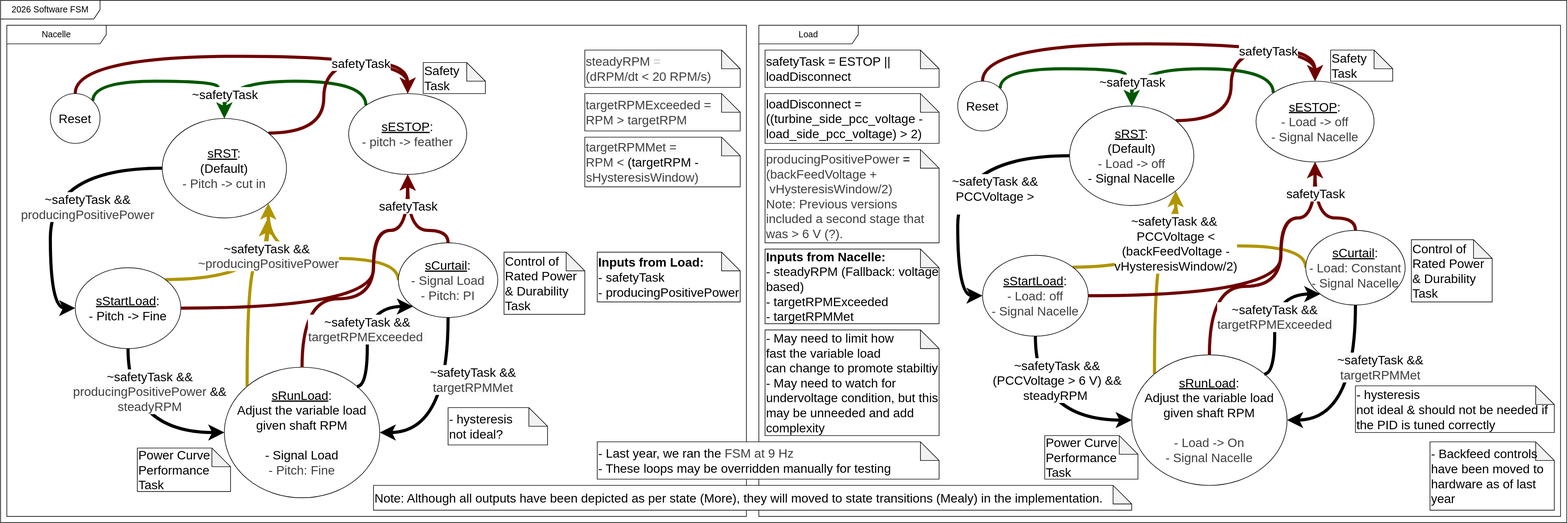
Before: docs/FSMSplit.svg, a diagram exported from draw.io (BobSaidHi/2026-Controls_Core). Source tidied: cells renumbered, new cells last; positions are measured from the earlier drawing's top-left corner, leaving out a move shared by most shapes.
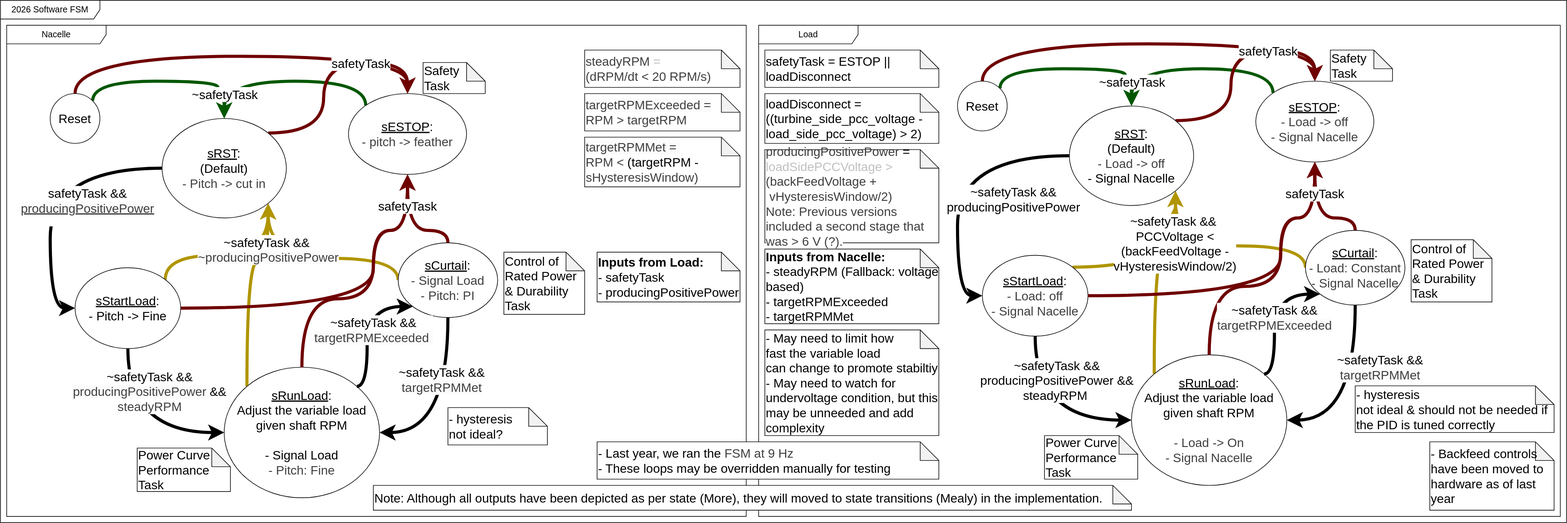
Later version of the same file.

What changed in the source:
```diff
@@ -100,7 +100,7 @@
     <mxCell id="19" value="&lt;div&gt;&lt;font style=&quot;font-size: 20px;&quot;&gt;&lt;u&gt;sRunLoad&lt;/u&gt;:&lt;/font&gt;&lt;/div&gt;&lt;div&gt;&lt;font style=&quot;font-size: 20px;&quot;&gt;&lt;span&gt;Adjust the variable load&lt;/span&gt;&lt;/font&gt;&lt;/div&gt;&lt;div&gt;&lt;font style=&quot;font-size: 20px;&quot;&gt;&lt;font&gt;&lt;span&gt;given&amp;nbsp;&lt;/span&gt;&lt;/font&gt;&lt;span style=&quot;background-color: transparent;&quot;&gt;&lt;font&gt;shaft RPM&lt;/font&gt;&lt;/span&gt;&lt;/font&gt;&lt;/div&gt;&lt;div&gt;&lt;font style=&quot;font-size: 20px;&quot;&gt;&lt;span&gt;&lt;br&gt;&lt;/span&gt;&lt;/font&gt;&lt;/div&gt;&lt;div&gt;&lt;span style=&quot;color: rgb(63, 63, 63); font-size: 20px; background-color: transparent;&quot;&gt;- Load -&amp;gt; On&lt;/span&gt;&lt;/div&gt;&lt;div&gt;&lt;span style=&quot;color: rgb(63, 63, 63); font-size: 20px;&quot;&gt;- Signal Nacelle&lt;/span&gt;&lt;/div&gt;" style="ellipse;whiteSpace=wrap;html=1;fontSize=14;" parent="3" vertex="1">
       <mxGeometry x="600" y="530" width="250" height="210" as="geometry" />
     </mxCell>
-    <mxCell id="20" value="&lt;div&gt;&lt;font style=&quot;font-size: 20px;&quot;&gt;&lt;span&gt;~safetyTask &amp;amp;&amp;amp;&lt;/span&gt;&lt;/font&gt;&lt;/div&gt;&lt;font style=&quot;font-size: 20px;&quot;&gt;(PCCVoltage &amp;gt;&amp;nbsp;&lt;span&gt;6 V) &amp;amp;&amp;amp;&lt;/span&gt;&lt;/font&gt;&lt;div&gt;&lt;font style=&quot;font-size: 20px;&quot;&gt;&lt;span&gt;steadyRPM&lt;/span&gt;&lt;/font&gt;&lt;span style=&quot;color: rgb(192, 192, 192); font-size: 20px; background-color: light-dark(#ffffff, var(--ge-dark-color, #121212));&quot;&gt;&amp;nbsp;&lt;/span&gt;&lt;/div&gt;" style="edgeStyle=orthogonalEdgeStyle;html=1;exitX=0.5;exitY=1;exitDx=0;exitDy=0;entryX=0;entryY=0.5;entryDx=0;entryDy=0;curved=1;fontSize=14;endSize=10;startSize=10;strokeWidth=5;" parent="3" edge="1" source="18" target="19">
+    <mxCell id="20" value="&lt;div&gt;&lt;font style=&quot;font-size: 20px;&quot;&gt;&lt;span&gt;~safetyTask &amp;amp;&amp;amp;&lt;/span&gt;&lt;/font&gt;&lt;/div&gt;&lt;font style=&quot;font-size: 20px;&quot;&gt;&lt;span&gt;producingPositivePower &amp;amp;&amp;amp;&lt;/span&gt;&lt;/font&gt;&lt;div&gt;&lt;font style=&quot;font-size: 20px;&quot;&gt;&lt;span&gt;steadyRPM&lt;/span&gt;&lt;/font&gt;&lt;span style=&quot;color: rgb(192, 192, 192); font-size: 20px; background-color: light-dark(#ffffff, var(--ge-dark-color, #121212));&quot;&gt;&amp;nbsp;&lt;/span&gt;&lt;/div&gt;" style="edgeStyle=orthogonalEdgeStyle;html=1;exitX=0.5;exitY=1;exitDx=0;exitDy=0;entryX=0;entryY=0.5;entryDx=0;entryDy=0;curved=1;fontSize=14;endSize=10;startSize=10;strokeWidth=5;" parent="3" edge="1" source="18" target="19">
       <mxGeometry x="-0.52" y="35" relative="1" as="geometry">
         <mxPoint y="1" as="offset" />
       </mxGeometry>
@@ -152,8 +152,8 @@
     <mxCell id="29" value="&lt;div&gt;&lt;font style=&quot;font-size: 20px;&quot;&gt;&lt;u&gt;sRST&lt;/u&gt;:&lt;/font&gt;&lt;/div&gt;&lt;div&gt;&lt;font style=&quot;font-size: 20px;&quot;&gt;(Default)&lt;/font&gt;&lt;/div&gt;&lt;div&gt;&lt;span style=&quot;color: rgb(63, 63, 63); font-size: 20px; background-color: transparent;&quot;&gt;- Load -&amp;gt; off&lt;/span&gt;&lt;/div&gt;&lt;div&gt;&lt;font style=&quot;font-size: 20px;&quot;&gt;- Signal Nacelle&lt;/font&gt;&lt;/div&gt;" style="ellipse;whiteSpace=wrap;html=1;fontSize=14;" parent="3" vertex="1">
       <mxGeometry x="500" y="130" width="200" height="160" as="geometry" />
     </mxCell>
-    <mxCell id="30" value="&lt;font style=&quot;font-size: 20px;&quot;&gt;&lt;span&gt;~safetyTask &amp;amp;&amp;amp;&lt;/span&gt;&lt;/font&gt;&lt;div&gt;&lt;font style=&quot;font-size: 20px;&quot;&gt;PCCVoltage &amp;gt;&lt;/font&gt;&lt;div&gt;&lt;br&gt;&lt;/div&gt;&lt;/div&gt;" style="edgeStyle=orthogonalEdgeStyle;html=1;exitX=0;exitY=0.5;exitDx=0;exitDy=0;entryX=0;entryY=0.5;entryDx=0;entryDy=0;curved=1;fontSize=14;endSize=10;startSize=10;strokeWidth=5;" parent="3" edge="1" source="29" target="18">
-      <mxGeometry x="0.08" y="60" relative="1" as="geometry">
+    <mxCell id="30" value="&lt;font style=&quot;font-size: 20px;&quot;&gt;&lt;span&gt;~safetyTask &amp;amp;&amp;amp;&lt;/span&gt;&lt;/font&gt;&lt;div&gt;&lt;div&gt;&lt;span style=&quot;font-size: 20px;&quot;&gt;producingPositivePower&lt;/span&gt;&lt;/div&gt;&lt;/div&gt;" style="edgeStyle=orthogonalEdgeStyle;html=1;exitX=0;exitY=0.5;exitDx=0;exitDy=0;entryX=0;entryY=0.5;entryDx=0;entryDy=0;curved=1;fontSize=14;endSize=10;startSize=10;strokeWidth=5;" parent="3" edge="1" source="29" target="18">
+      <mxGeometry x="-0.6" y="70" relative="1" as="geometry">
         <Array as="points">
           <mxPoint x="320" y="210" />
           <mxPoint x="320" y="435" />
@@ -175,7 +175,7 @@
     <mxCell id="35" value="&lt;div&gt;&lt;span style=&quot;font-size: 20px;&quot;&gt;&lt;b&gt;Inputs from Nacelle:&lt;/b&gt;&lt;/span&gt;&lt;/div&gt;&lt;span style=&quot;font-size: 20px;&quot;&gt;- steadyRPM (Fallback: voltage based)&lt;/span&gt;&lt;div&gt;&lt;span style=&quot;font-size: 20px;&quot;&gt;- targetRPMExceeded&lt;/span&gt;&lt;/div&gt;&lt;div&gt;&lt;span style=&quot;font-size: 20px;&quot;&gt;- targetRPMMet&lt;/span&gt;&lt;/div&gt;" style="shape=note;whiteSpace=wrap;html=1;backgroundOutline=1;darkOpacity=0.05;align=left;fontSize=14;" parent="3" vertex="1">
       <mxGeometry x="10" y="360" width="280" height="120" as="geometry" />
     </mxCell>
-    <mxCell id="36" value="&lt;font&gt;&lt;span style=&quot;color: rgb(63, 63, 63);&quot;&gt;producingPositivePower&amp;nbsp;&lt;/span&gt;=&amp;nbsp;&lt;/font&gt;&lt;div&gt;&lt;span style=&quot;color: rgb(63, 63, 63); background-color: rgb(255, 255, 255); text-align: center; text-wrap-mode: nowrap;&quot;&gt;(backFeedVoltage +&lt;/span&gt;&lt;/div&gt;&lt;div&gt;&lt;span style=&quot;color: rgb(63, 63, 63); background-color: rgb(255, 255, 255); text-align: center; text-wrap-mode: nowrap;&quot;&gt;&amp;nbsp;vHysteresisWindow/2)&lt;/span&gt;&lt;/div&gt;&lt;div&gt;&lt;span style=&quot;color: rgb(63, 63, 63); background-color: rgb(255, 255, 255); text-align: center; text-wrap-mode: nowrap;&quot;&gt;Note: Previous versions&lt;/span&gt;&lt;/div&gt;&lt;div&gt;&lt;span style=&quot;color: rgb(63, 63, 63); background-color: rgb(255, 255, 255); text-align: center; text-wrap-mode: nowrap;&quot;&gt;included a second stage that&lt;/span&gt;&lt;/div&gt;&lt;div&gt;&lt;span style=&quot;color: rgb(63, 63, 63); background-color: rgb(255, 255, 255); text-align: center; text-wrap-mode: nowrap;&quot;&gt;was &amp;gt; 6 V (?).&lt;/span&gt;&lt;/div&gt;" style="shape=note;whiteSpace=wrap;html=1;backgroundOutline=1;darkOpacity=0.05;align=left;fontSize=20;" parent="3" vertex="1">
+    <mxCell id="36" value="&lt;font&gt;&lt;span style=&quot;color: rgb(63, 63, 63);&quot;&gt;producingPositivePower&amp;nbsp;&lt;/span&gt;=&lt;/font&gt;&lt;div&gt;&lt;font&gt;&lt;span style=&quot;color: rgb(192, 192, 192);&quot;&gt;loadSidePCCVoltage &amp;gt;&lt;/span&gt;&amp;nbsp;&lt;/font&gt;&lt;div&gt;&lt;span style=&quot;color: rgb(63, 63, 63); background-color: rgb(255, 255, 255); text-align: center; text-wrap-mode: nowrap;&quot;&gt;(backFeedVoltage +&lt;/span&gt;&lt;/div&gt;&lt;div&gt;&lt;span style=&quot;color: rgb(63, 63, 63); background-color: rgb(255, 255, 255); text-align: center; text-wrap-mode: nowrap;&quot;&gt;&amp;nbsp;vHysteresisWindow/2)&lt;/span&gt;&lt;/div&gt;&lt;div&gt;&lt;span style=&quot;color: rgb(63, 63, 63); background-color: rgb(255, 255, 255); text-align: center; text-wrap-mode: nowrap;&quot;&gt;Note: Previous versions&lt;/span&gt;&lt;/div&gt;&lt;div&gt;&lt;span style=&quot;color: rgb(63, 63, 63); background-color: rgb(255, 255, 255); text-align: center; text-wrap-mode: nowrap;&quot;&gt;included a second stage that&lt;/span&gt;&lt;/div&gt;&lt;div&gt;&lt;span style=&quot;color: rgb(63, 63, 63); background-color: rgb(255, 255, 255); text-align: center; text-wrap-mode: nowrap;&quot;&gt;was &amp;gt; 6 V (?).&lt;/span&gt;&lt;/div&gt;&lt;/div&gt;" style="shape=note;whiteSpace=wrap;html=1;backgroundOutline=1;darkOpacity=0.05;align=left;fontSize=20;" parent="3" vertex="1">
       <mxGeometry x="10" y="200" width="280" height="150" as="geometry" />
     </mxCell>
     <mxCell id="37" style="edgeStyle=orthogonalEdgeStyle;html=1;exitX=0;exitY=0.5;exitDx=0;exitDy=0;entryX=1;entryY=1;entryDx=0;entryDy=0;fillColor=#e3c800;strokeColor=#B09500;curved=1;fontSize=14;endSize=10;startSize=10;strokeWidth=5;" parent="1" edge="1" source="57" target="60">
@@ -248,14 +248,17 @@
     <mxCell id="46" value="&lt;font&gt;Reset&lt;/font&gt;" style="ellipse;whiteSpace=wrap;html=1;fontSize=20;" parent="1" vertex="1">
       <mxGeometry x="80" y="150" width="80" height="80" as="geometry" />
     </mxCell>
-    <mxCell id="47" style="edgeStyle=orthogonalEdgeStyle;html=1;exitX=1;exitY=0;exitDx=0;exitDy=0;curved=1;fillColor=#e3c800;strokeColor=#B09500;fontSize=14;strokeWidth=5;endSize=10;startSize=10;" parent="1" edge="1" source="49">
+    <mxCell id="47" style="edgeStyle=orthogonalEdgeStyle;html=1;exitX=1;exitY=0;exitDx=0;exitDy=0;curved=1;fillColor=#e3c800;strokeColor=#B09500;fontSize=14;strokeWidth=5;endSize=10;startSize=10;entryX=1;entryY=1;entryDx=0;entryDy=0;" parent="1" edge="1" source="49" target="60">
       <mxGeometry relative="1" as="geometry">
-        <mxPoint x="428" y="354" as="targetPoint" />
+        <Array as="points">
+          <mxPoint x="265" y="410" />
+          <mxPoint x="431" y="410" />
+        </Array>
       </mxGeometry>
     </mxCell>
     <mxCell id="48" value="&lt;div&gt;&lt;font style=&quot;color: light-dark(rgb(0, 0, 0), rgb(141, 118, 0)); font-size: 20px;&quot;&gt;&lt;font&gt;~safetyTask&lt;/font&gt;&lt;span style=&quot;background-color: light-dark(#ffffff, var(--ge-dark-color, #121212));&quot;&gt;&amp;nbsp;&amp;amp;&amp;amp;&amp;nbsp;&lt;/span&gt;&lt;/font&gt;&lt;/div&gt;&lt;span style=&quot;color: rgb(63, 63, 63); font-size: 20px; text-align: left; text-wrap-mode: wrap; background-color: rgb(251, 251, 251);&quot;&gt;~producingPositivePower&lt;/span&gt;" style="edgeLabel;html=1;align=center;verticalAlign=middle;fontSize=14;" parent="47" vertex="1">
       <mxGeometry x="-0.21" relative="1" as="geometry">
-        <mxPoint x="62" y="-39" as="offset" />
+        <mxPoint x="90" y="-10" as="offset" />
       </mxGeometry>
     </mxCell>
     <mxCell id="49" value="&lt;div&gt;&lt;font style=&quot;font-size: 20px;&quot;&gt;&lt;u&gt;sStartLoad&lt;/u&gt;:&lt;/font&gt;&lt;/div&gt;&lt;div&gt;&lt;div style=&quot;scrollbar-color: rgb(75, 75, 75) rgb(27, 29, 30);&quot;&gt;&lt;font style=&quot;font-size: 20px;&quot;&gt;- Pitch -&amp;gt; Fine&lt;/font&gt;&lt;/div&gt;&lt;/div&gt;" style="ellipse;whiteSpace=wrap;html=1;fontSize=14;" parent="1" vertex="1">
@@ -303,7 +306,7 @@
       <mxGeometry x="640" y="390" width="160" height="120" as="geometry" />
     </mxCell>
     <mxCell id="58" value="&lt;div&gt;&lt;font style=&quot;font-size: 20px;&quot;&gt;~safetyTask &amp;amp;&amp;amp;&lt;/font&gt;&lt;/div&gt;&lt;span style=&quot;color: rgb(63, 63, 63); font-size: 20px; text-align: left; text-wrap-mode: wrap; background-color: rgb(251, 251, 251);&quot;&gt;targetRPMExceeded&amp;nbsp;&lt;/span&gt;" style="edgeStyle=orthogonalEdgeStyle;html=1;exitX=1;exitY=0;exitDx=0;exitDy=0;entryX=0;entryY=1;entryDx=0;entryDy=0;curved=1;fontSize=14;endSize=10;startSize=10;strokeWidth=5;" parent="1" edge="1" source="50" target="57">
-      <mxGeometry x="-0.02" relative="1" as="geometry">
+      <mxGeometry x="-0.02" y="-10" relative="1" as="geometry">
         <Array as="points">
           <mxPoint x="590" y="621" />
           <mxPoint x="590" y="492" />
@@ -311,12 +314,12 @@
       </mxGeometry>
     </mxCell>
     <mxCell id="59" value="&lt;font style=&quot;font-size: 20px;&quot;&gt;~safetyTask &amp;amp;&amp;amp;&lt;/font&gt;&lt;div&gt;&lt;span style=&quot;color: rgb(63, 63, 63); font-size: 20px; text-align: left; text-wrap-mode: wrap; background-color: rgb(251, 251, 251);&quot;&gt;targetRPMMet&lt;/span&gt;&lt;/div&gt;" style="edgeStyle=orthogonalEdgeStyle;html=1;exitX=0.5;exitY=1;exitDx=0;exitDy=0;entryX=1;entryY=0.5;entryDx=0;entryDy=0;curved=1;fontSize=14;endSize=10;startSize=10;strokeWidth=5;" parent="1" edge="1" source="57" target="50">
-      <mxGeometry x="-0.32" y="40" relative="1" as="geometry" />
+      <mxGeometry x="-0.32" y="-10" relative="1" as="geometry" />
     </mxCell>
     <mxCell id="60" value="&lt;div&gt;&lt;font style=&quot;font-size: 20px;&quot;&gt;&lt;u&gt;sRST&lt;/u&gt;:&lt;/font&gt;&lt;/div&gt;&lt;div&gt;&lt;font style=&quot;font-size: 20px;&quot;&gt;(Default)&lt;/font&gt;&lt;/div&gt;&lt;div&gt;&lt;span style=&quot;color: rgb(63, 63, 63); font-size: 20px; background-color: transparent;&quot;&gt;- Pitch -&amp;gt; cut in&lt;/span&gt;&lt;/div&gt;" style="ellipse;whiteSpace=wrap;html=1;fontSize=14;" parent="1" vertex="1">
       <mxGeometry x="260" y="190" width="200" height="160" as="geometry" />
     </mxCell>
-    <mxCell id="61" value="&lt;font style=&quot;font-size: 20px;&quot;&gt;&lt;span&gt;~safetyTask &amp;amp;&amp;amp;&lt;/span&gt;&lt;/font&gt;&lt;div&gt;&lt;span style=&quot;color: rgb(63, 63, 63); font-size: 20px; text-align: left; text-wrap-mode: wrap; background-color: rgb(251, 251, 251);&quot;&gt;producingPositivePower&lt;/span&gt;&lt;/div&gt;" style="edgeStyle=orthogonalEdgeStyle;html=1;exitX=0;exitY=0.5;exitDx=0;exitDy=0;entryX=0;entryY=0.5;entryDx=0;entryDy=0;curved=1;fontSize=14;endSize=10;startSize=10;strokeWidth=5;" parent="1" edge="1" source="60" target="49">
+    <mxCell id="61" value="&lt;font style=&quot;font-size: 20px;&quot;&gt;&lt;span&gt;safetyTask &amp;amp;&amp;amp;&lt;/span&gt;&lt;/font&gt;&lt;div&gt;&lt;span style=&quot;color: rgb(63, 63, 63); font-size: 20px; text-align: left; text-wrap-mode: wrap; background-color: rgb(251, 251, 251);&quot;&gt;&lt;u&gt;producingPositivePower&lt;/u&gt;&lt;/span&gt;&lt;/div&gt;&lt;div&gt;&lt;br&gt;&lt;/div&gt;" style="edgeStyle=orthogonalEdgeStyle;html=1;exitX=0;exitY=0.5;exitDx=0;exitDy=0;entryX=0;entryY=0.5;entryDx=0;entryDy=0;curved=1;fontSize=14;endSize=10;startSize=10;strokeWidth=5;" parent="1" edge="1" source="60" target="49">
       <mxGeometry x="0.08" y="60" relative="1" as="geometry">
         <Array as="points">
           <mxPoint x="80" y="270" />
```
